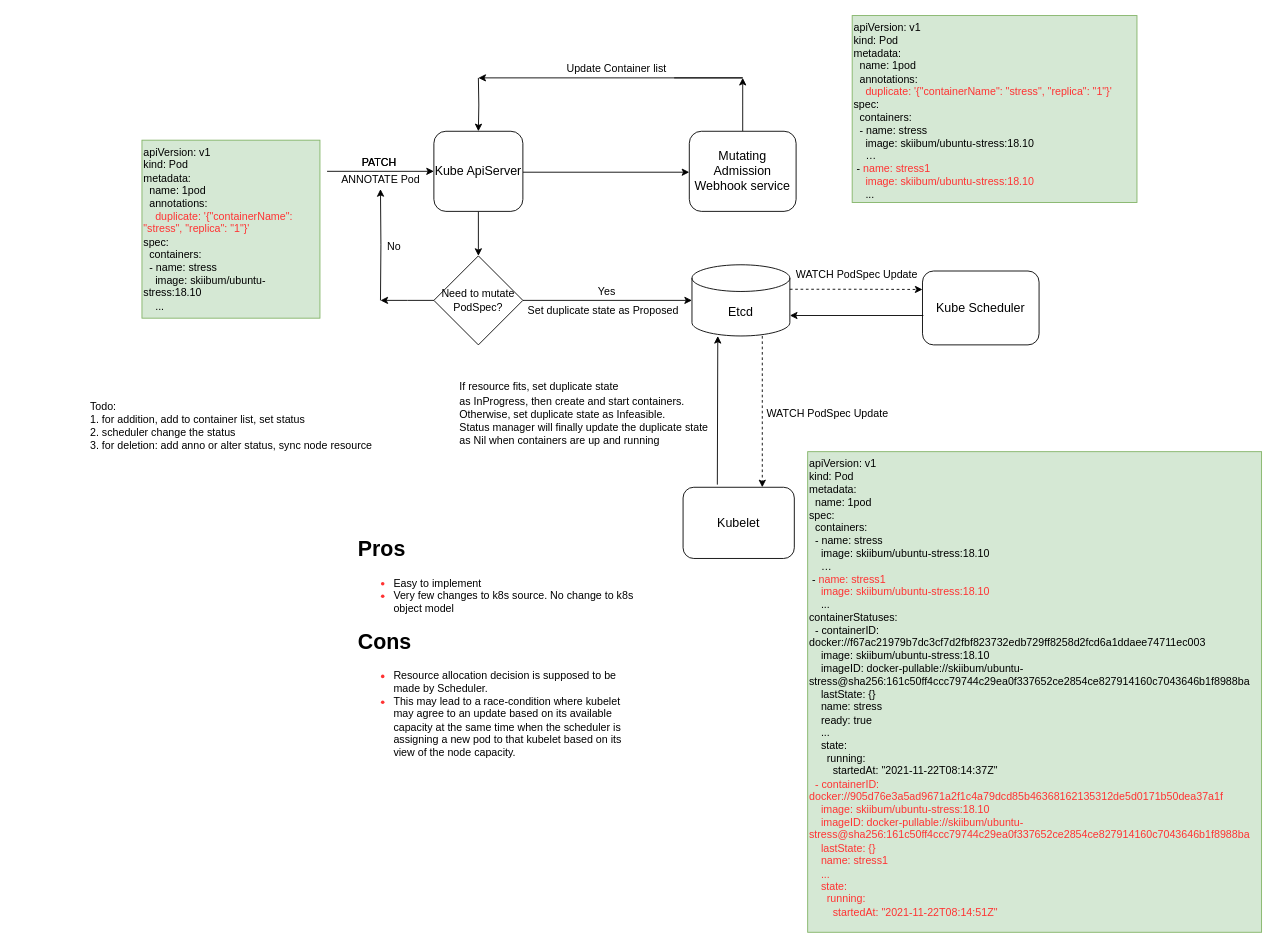
This is page "webhook" (1 of 4) of Untitled Diagram.drawio from ichbinblau/OTC_Work_Log, a draw.io file, before an edit. Source tidied: cells renumbered, new cells numbered last; positions are measured from the earlier drawing's top-left corner, leaving out a move shared by most shapes. Both pictures are drawn from the tidied source at 89%, with x=0, y=0 at pixel (84, 15).
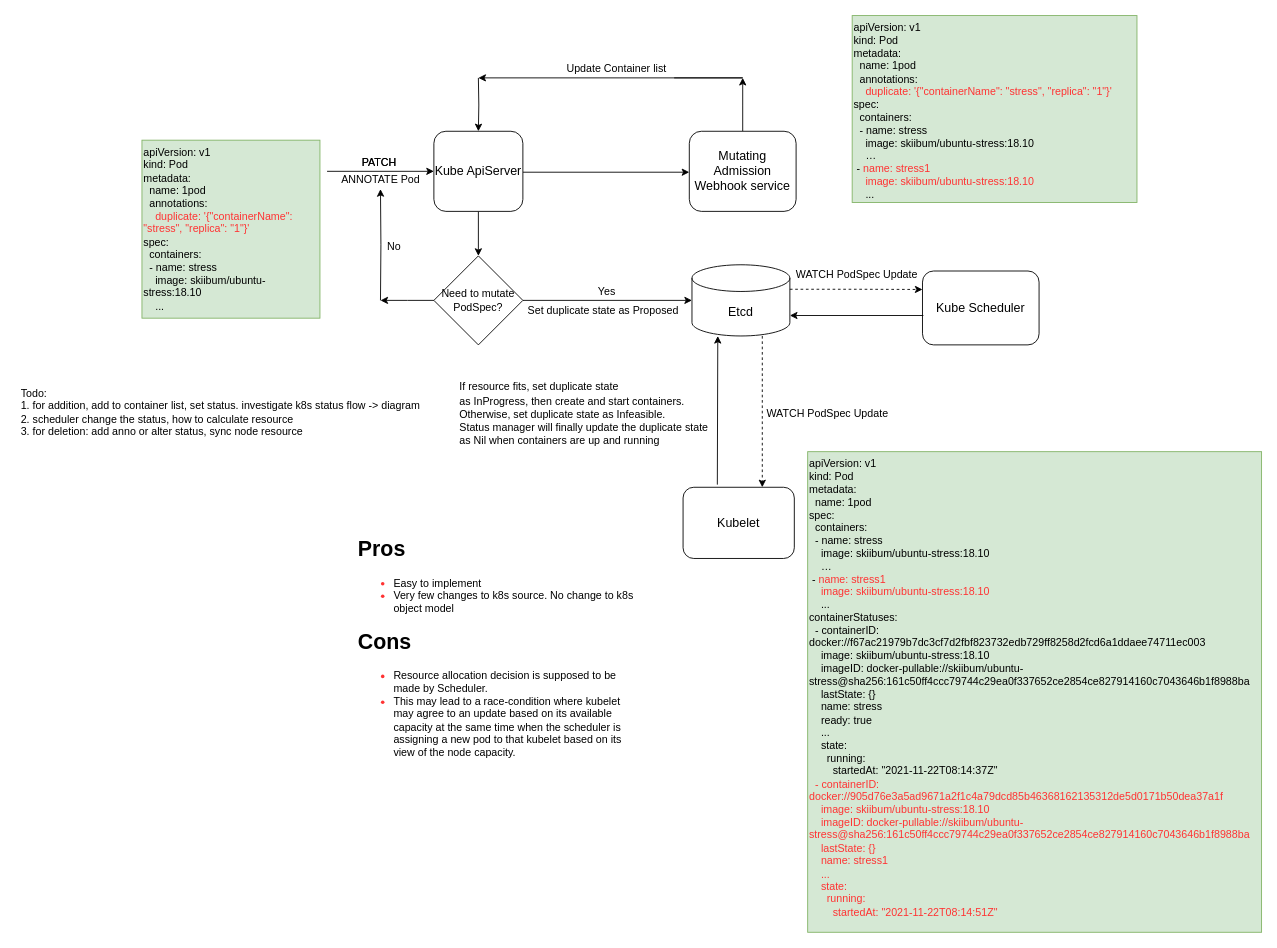
The same page after the edit.

What changed in the source:
```diff
@@
-    <mxCell id="31" value="&lt;div style=&quot;text-align: left&quot;&gt;&lt;span&gt;Todo:&amp;nbsp;&lt;/span&gt;&lt;/div&gt;&lt;div style=&quot;text-align: left&quot;&gt;&lt;span&gt;1. for addition, add to container list, set status&lt;/span&gt;&lt;/div&gt;&lt;div style=&quot;text-align: left&quot;&gt;&lt;span&gt;2. scheduler change the status&lt;/span&gt;&lt;/div&gt;&lt;div style=&quot;text-align: left&quot;&gt;&lt;span&gt;3. for deletion: add anno or alter status, sync node resource&lt;/span&gt;&lt;/div&gt;" style="text;html=1;align=center;verticalAlign=middle;fillColor=none;strokeColor=none;rounded=0;fontFamily=Helvetica;fontSize=12;fontColor=#000000;" parent="1" vertex="1">
-      <mxGeometry y="431" width="330" height="60" as="geometry" />
+    <mxCell id="31" value="&lt;div style=&quot;text-align: left&quot;&gt;&lt;span&gt;Todo:&amp;nbsp;&lt;/span&gt;&lt;/div&gt;&lt;div style=&quot;text-align: left&quot;&gt;&lt;span&gt;1. for addition, add to container list, set status. investigate k8s status flow -&amp;gt; diagram&lt;/span&gt;&lt;/div&gt;&lt;div style=&quot;text-align: left&quot;&gt;&lt;span&gt;2. scheduler change the status, how to calculate resource&lt;/span&gt;&lt;/div&gt;&lt;div style=&quot;text-align: left&quot;&gt;&lt;span&gt;3. for deletion: add anno or alter status, sync node resource&lt;/span&gt;&lt;/div&gt;" style="text;html=1;align=center;verticalAlign=middle;fillColor=none;strokeColor=none;rounded=0;fontFamily=Helvetica;fontSize=12;fontColor=#000000;" parent="1" vertex="1">
+      <mxGeometry x="-77" y="416" width="460" height="60" as="geometry" />
     </mxCell>
```
